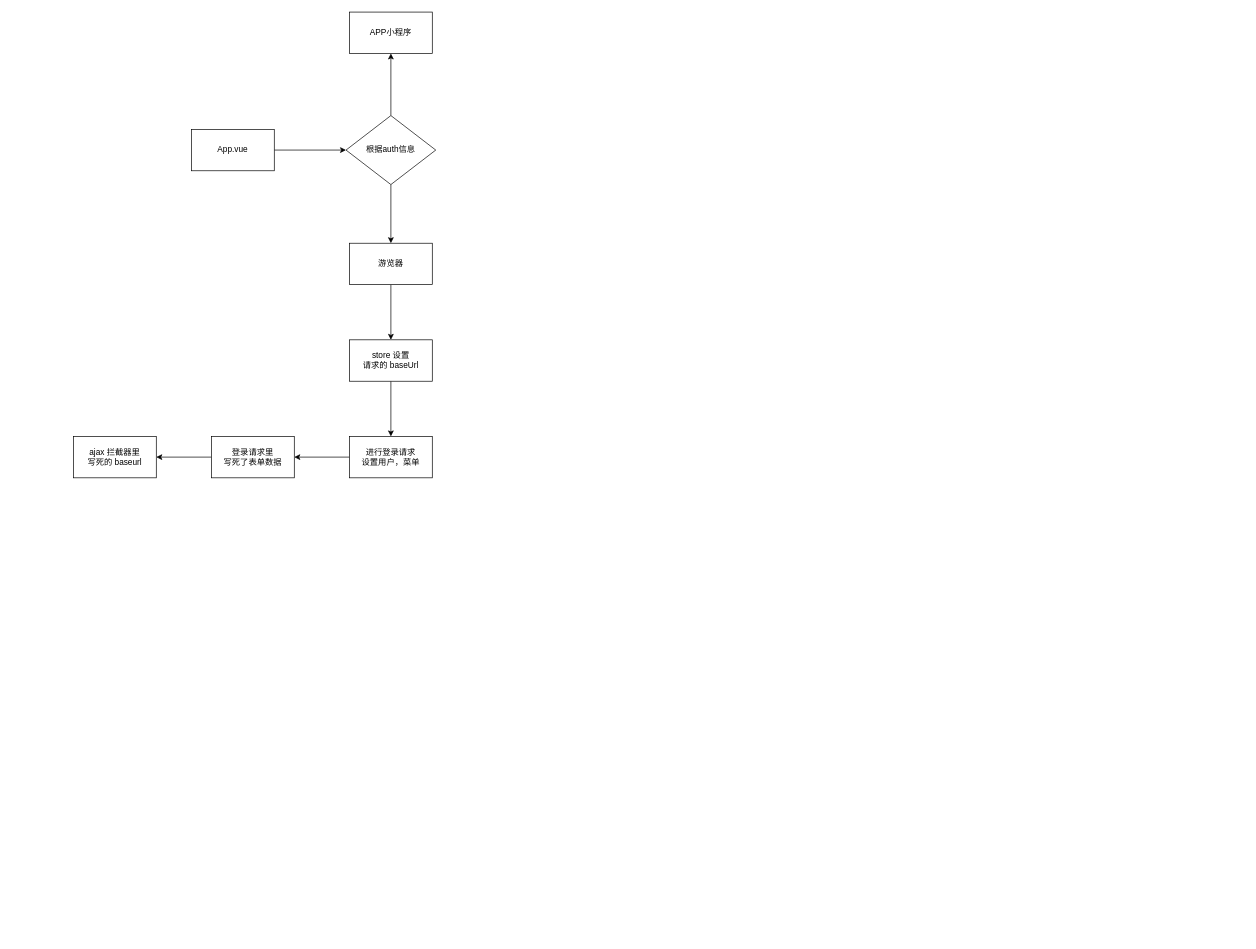
The draw.io diagram uniapp.drawio in tangme/flowchart, before the edit. Source tidied: cells renumbered, new cells numbered last; positions are measured from the earlier drawing's top-left corner, leaving out a move shared by most shapes. Both pictures are drawn from the tidied source at 69%, with x=0, y=0 at pixel (73, 12).
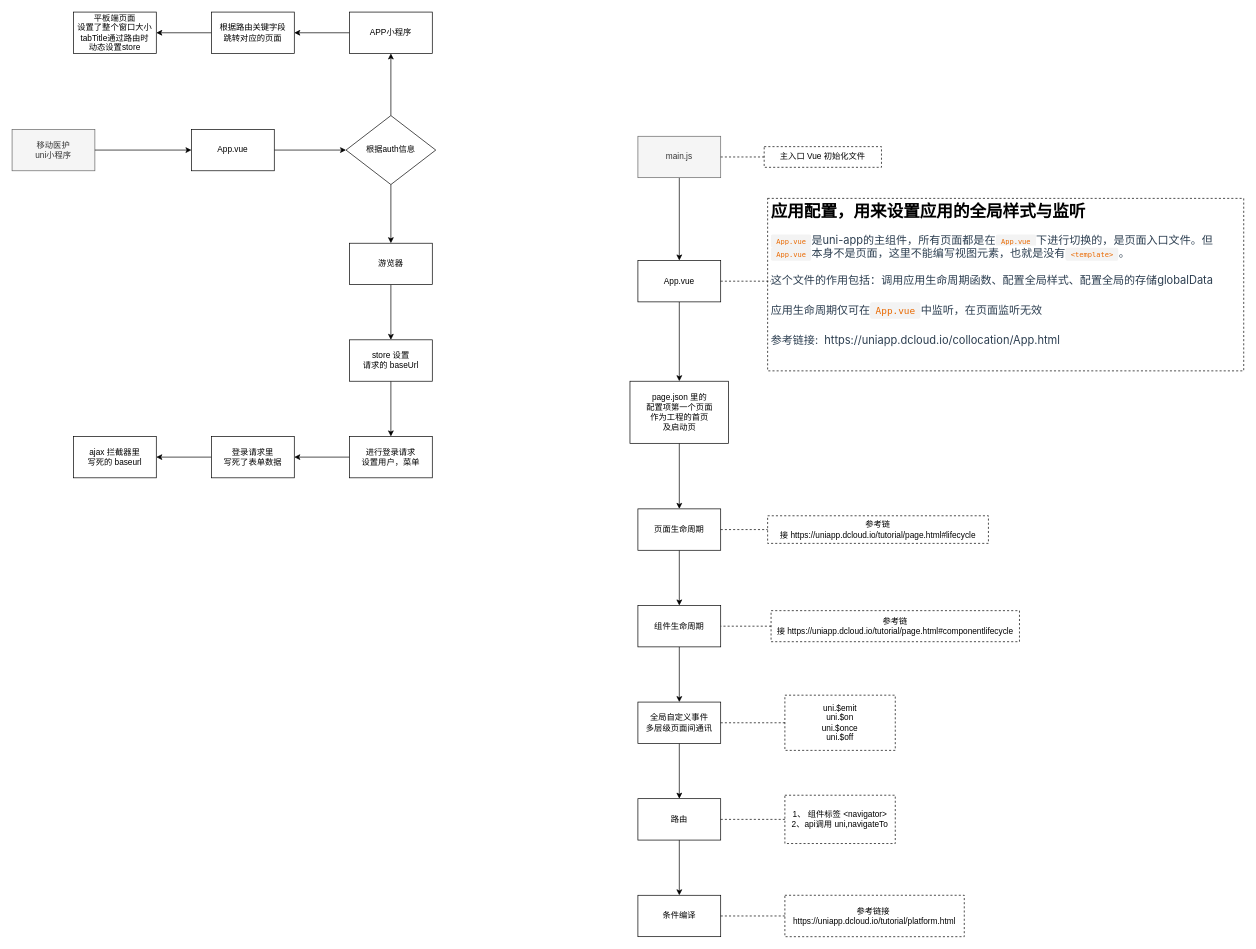
The same page after the edit.

The change refers to these unchanged cells:
```xml
<mxCell id="3" value="App.vue" style="rounded=0;whiteSpace=wrap;html=1;" parent="1" vertex="1">
  <mxGeometry x="171" y="170" width="120" height="60" as="geometry" />
</mxCell>
<mxCell id="7" value="APP小程序" style="whiteSpace=wrap;html=1;rounded=0;" parent="1" vertex="1">
  <mxGeometry x="400" width="120" height="60" as="geometry" />
</mxCell>
```

Change to the diagram source:
```diff
@@
+    <mxCell id="17" style="edgeStyle=orthogonalEdgeStyle;rounded=0;jettySize=auto;html=1;" parent="1" edge="1" source="7" target="50">
+      <mxGeometry relative="1" as="geometry" />
+    </mxCell>
@@
+    <mxCell id="18" style="edgeStyle=orthogonalEdgeStyle;rounded=0;jettySize=auto;html=1;" parent="1" edge="1" source="19" target="21">
+      <mxGeometry relative="1" as="geometry" />
+    </mxCell>
+    <mxCell id="19" value="main.js" style="rounded=0;whiteSpace=wrap;html=1;fillColor=#f5f5f5;fontColor=#333333;strokeColor=#666666;" parent="1" vertex="1">
+      <mxGeometry x="818" y="180" width="120" height="60" as="geometry" />
+    </mxCell>
+    <mxCell id="20" style="edgeStyle=orthogonalEdgeStyle;rounded=0;jettySize=auto;html=1;" parent="1" edge="1" source="21" target="25">
+      <mxGeometry relative="1" as="geometry" />
+    </mxCell>
+    <mxCell id="21" value="App.vue" style="rounded=0;whiteSpace=wrap;html=1;" parent="1" vertex="1">
+      <mxGeometry x="818" y="360" width="120" height="60" as="geometry" />
+    </mxCell>
+    <mxCell id="22" value="主入口 Vue 初始化文件" style="text;html=1;strokeColor=default;fillColor=none;align=center;verticalAlign=middle;whiteSpace=wrap;rounded=0;dashed=1;" parent="1" vertex="1">
+      <mxGeometry x="1001" y="195" width="170" height="30" as="geometry" />
+    </mxCell>
+    <mxCell id="23" value="&lt;h1&gt;应用配置，用来设置应用的全局样式与监听&lt;/h1&gt;&lt;p&gt;&lt;code style=&quot;font-family: source-code-pro, Menlo, Monaco, Consolas, &amp;quot;Courier New&amp;quot;, monospace; color: rgb(233, 105, 0); padding: 0.25rem 0.5rem; margin: 0px; font-size: 0.85em; background-color: rgba(27, 31, 35, 0.05); border-radius: 3px;&quot;&gt;App.vue&lt;/code&gt;&lt;span style=&quot;background-color: rgb(255, 255, 255); color: rgb(44, 62, 80); font-family: -apple-system, BlinkMacSystemFont, &amp;quot;Segoe UI&amp;quot;, Roboto, Oxygen, Ubuntu, Cantarell, &amp;quot;Fira Sans&amp;quot;, &amp;quot;Droid Sans&amp;quot;, &amp;quot;Helvetica Neue&amp;quot;, sans-serif; font-size: 16px;&quot;&gt;是uni-app的主组件，所有页面都是在&lt;/span&gt;&lt;code style=&quot;font-family: source-code-pro, Menlo, Monaco, Consolas, &amp;quot;Courier New&amp;quot;, monospace; color: rgb(233, 105, 0); padding: 0.25rem 0.5rem; margin: 0px; font-size: 0.85em; background-color: rgba(27, 31, 35, 0.05); border-radius: 3px;&quot;&gt;App.vue&lt;/code&gt;&lt;span style=&quot;background-color: rgb(255, 255, 255); color: rgb(44, 62, 80); font-family: -apple-system, BlinkMacSystemFont, &amp;quot;Segoe UI&amp;quot;, Roboto, Oxygen, Ubuntu, Cantarell, &amp;quot;Fira Sans&amp;quot;, &amp;quot;Droid Sans&amp;quot;, &amp;quot;Helvetica Neue&amp;quot;, sans-serif; font-size: 16px;&quot;&gt;下进行切换的，是页面入口文件。但&lt;/span&gt;&lt;code style=&quot;font-family: source-code-pro, Menlo, Monaco, Consolas, &amp;quot;Courier New&amp;quot;, monospace; color: rgb(233, 105, 0); padding: 0.25rem 0.5rem; margin: 0px; font-size: 0.85em; background-color: rgba(27, 31, 35, 0.05); border-radius: 3px;&quot;&gt;App.vue&lt;/code&gt;&lt;span style=&quot;background-color: rgb(255, 255, 255); color: rgb(44, 62, 80); font-family: -apple-system, BlinkMacSystemFont, &amp;quot;Segoe UI&amp;quot;, Roboto, Oxygen, Ubuntu, Cantarell, &amp;quot;Fira Sans&amp;quot;, &amp;quot;Droid Sans&amp;quot;, &amp;quot;Helvetica Neue&amp;quot;, sans-serif; font-size: 16px;&quot;&gt;本身不是页面，这里不能编写视图元素，也就是没有&lt;/span&gt;&lt;code style=&quot;font-family: source-code-pro, Menlo, Monaco, Consolas, &amp;quot;Courier New&amp;quot;, monospace; color: rgb(233, 105, 0); padding: 0.25rem 0.5rem; margin: 0px; font-size: 0.85em; background-color: rgba(27, 31, 35, 0.05); border-radius: 3px;&quot;&gt;&amp;lt;template&amp;gt;&lt;/code&gt;&lt;span style=&quot;background-color: rgb(255, 255, 255); color: rgb(44, 62, 80); font-family: -apple-system, BlinkMacSystemFont, &amp;quot;Segoe UI&amp;quot;, Roboto, Oxygen, Ubuntu, Cantarell, &amp;quot;Fira Sans&amp;quot;, &amp;quot;Droid Sans&amp;quot;, &amp;quot;Helvetica Neue&amp;quot;, sans-serif; font-size: 16px;&quot;&gt;。&lt;/span&gt;&lt;/p&gt;&lt;p style=&quot;line-height: 1.7; color: rgb(44, 62, 80); font-family: -apple-system, BlinkMacSystemFont, &amp;quot;Segoe UI&amp;quot;, Roboto, Oxygen, Ubuntu, Cantarell, &amp;quot;Fira Sans&amp;quot;, &amp;quot;Droid Sans&amp;quot;, &amp;quot;Helvetica Neue&amp;quot;, sans-serif; font-size: 16px; background-color: rgb(255, 255, 255);&quot;&gt;这个文件的作用包括：调用应用生命周期函数、配置全局样式、配置全局的存储globalData&lt;/p&gt;&lt;p style=&quot;line-height: 1.7; color: rgb(44, 62, 80); font-family: -apple-system, BlinkMacSystemFont, &amp;quot;Segoe UI&amp;quot;, Roboto, Oxygen, Ubuntu, Cantarell, &amp;quot;Fira Sans&amp;quot;, &amp;quot;Droid Sans&amp;quot;, &amp;quot;Helvetica Neue&amp;quot;, sans-serif; font-size: 16px; background-color: rgb(255, 255, 255);&quot;&gt;应用生命周期仅可在&lt;code style=&quot;font-family: source-code-pro, Menlo, Monaco, Consolas, &amp;quot;Courier New&amp;quot;, monospace; color: rgb(233, 105, 0); padding: 0.25rem 0.5rem; margin: 0px; font-size: 0.85em; background-color: rgba(27, 31, 35, 0.05); border-radius: 3px;&quot;&gt;App.vue&lt;/code&gt;中监听，在页面监听无效&lt;/p&gt;&lt;p style=&quot;line-height: 1.7; color: rgb(44, 62, 80); font-family: -apple-system, BlinkMacSystemFont, &amp;quot;Segoe UI&amp;quot;, Roboto, Oxygen, Ubuntu, Cantarell, &amp;quot;Fira Sans&amp;quot;, &amp;quot;Droid Sans&amp;quot;, &amp;quot;Helvetica Neue&amp;quot;, sans-serif; font-size: 16px; background-color: rgb(255, 255, 255);&quot;&gt;参考链接:&amp;nbsp;&amp;nbsp;https://uniapp.dcloud.io/collocation/App.html&lt;/p&gt;" style="text;html=1;strokeColor=default;fillColor=none;spacing=5;spacingTop=-20;whiteSpace=wrap;overflow=hidden;rounded=0;dashed=1;" parent="1" vertex="1">
+      <mxGeometry x="1006" y="270" width="690" height="250" as="geometry" />
+    </mxCell>
+    <mxCell id="24" style="edgeStyle=orthogonalEdgeStyle;rounded=0;jettySize=auto;html=1;" parent="1" edge="1" source="25" target="29">
+      <mxGeometry relative="1" as="geometry" />
+    </mxCell>
+    <mxCell id="25" value="page.json 里的&lt;br&gt;配置项第一个页面&lt;br&gt;作为工程的首页&lt;br&gt;及启动页&lt;br&gt;" style="rounded=0;whiteSpace=wrap;html=1;" parent="1" vertex="1">
+      <mxGeometry x="806.5" y="535" width="143" height="90" as="geometry" />
+    </mxCell>
+    <mxCell id="26" style="endArrow=none;dashed=1;html=1;rounded=0;exitX=1;exitY=0.5;exitDx=0;exitDy=0;" parent="1" edge="1" source="19" target="22">
+      <mxGeometry relative="1" as="geometry" />
+    </mxCell>
+    <mxCell id="27" style="endArrow=none;dashed=1;html=1;rounded=0;exitX=1;exitY=0.5;exitDx=0;exitDy=0;" parent="1" edge="1" source="21">
+      <mxGeometry relative="1" as="geometry">
+        <mxPoint x="1011" y="390" as="targetPoint" />
+      </mxGeometry>
+    </mxCell>
+    <mxCell id="28" style="edgeStyle=orthogonalEdgeStyle;rounded=0;jettySize=auto;html=1;" parent="1" edge="1" source="29" target="31">
+      <mxGeometry relative="1" as="geometry" />
+    </mxCell>
+    <mxCell id="29" value="页面生命周期" style="whiteSpace=wrap;html=1;rounded=0;" parent="1" vertex="1">
+      <mxGeometry x="818" y="720" width="120" height="60" as="geometry" />
+    </mxCell>
+    <mxCell id="30" style="edgeStyle=orthogonalEdgeStyle;rounded=0;jettySize=auto;html=1;" parent="1" edge="1" source="31" target="33">
+      <mxGeometry relative="1" as="geometry" />
+    </mxCell>
+    <mxCell id="31" value="组件生命周期" style="whiteSpace=wrap;html=1;rounded=0;" parent="1" vertex="1">
+      <mxGeometry x="818" y="860" width="120" height="60" as="geometry" />
+    </mxCell>
+    <mxCell id="32" style="edgeStyle=orthogonalEdgeStyle;rounded=0;jettySize=auto;html=1;" parent="1" edge="1" source="33" target="37">
+      <mxGeometry relative="1" as="geometry" />
+    </mxCell>
+    <mxCell id="33" value="全局自定义事件&lt;br&gt;多层级页面间通讯" style="whiteSpace=wrap;html=1;rounded=0;" parent="1" vertex="1">
+      <mxGeometry x="818" y="1000" width="120" height="60" as="geometry" />
+    </mxCell>
+    <mxCell id="34" value="uni.$emit&lt;br&gt;uni.$on&lt;br&gt;uni.$once&lt;br&gt;uni.$off" style="text;html=1;strokeColor=default;fillColor=none;align=center;verticalAlign=middle;whiteSpace=wrap;rounded=0;dashed=1;" parent="1" vertex="1">
+      <mxGeometry x="1031" y="990" width="160" height="80" as="geometry" />
+    </mxCell>
+    <mxCell id="35" style="endArrow=none;dashed=1;html=1;rounded=0;exitX=1;exitY=0.5;exitDx=0;exitDy=0;" parent="1" edge="1" source="33" target="34">
+      <mxGeometry relative="1" as="geometry" />
+    </mxCell>
+    <mxCell id="36" style="edgeStyle=orthogonalEdgeStyle;rounded=0;jettySize=auto;html=1;" parent="1" edge="1" source="37" target="40">
+      <mxGeometry relative="1" as="geometry" />
+    </mxCell>
+    <mxCell id="37" value="路由" style="whiteSpace=wrap;html=1;rounded=0;" parent="1" vertex="1">
+      <mxGeometry x="818" y="1140" width="120" height="60" as="geometry" />
+    </mxCell>
+    <mxCell id="38" value="1、 组件标签 &amp;lt;navigator&amp;gt;&lt;br&gt;2、api调用 uni,navigateTo" style="text;html=1;strokeColor=default;fillColor=none;align=center;verticalAlign=middle;whiteSpace=wrap;rounded=0;dashed=1;" parent="1" vertex="1">
+      <mxGeometry x="1031" y="1135" width="160" height="70" as="geometry" />
+    </mxCell>
+    <mxCell id="39" style="endArrow=none;dashed=1;html=1;rounded=0;exitX=1;exitY=0.5;exitDx=0;exitDy=0;entryX=0;entryY=0.5;entryDx=0;entryDy=0;" parent="1" edge="1" source="37" target="38">
+      <mxGeometry relative="1" as="geometry" />
+    </mxCell>
+    <mxCell id="40" value="条件编译" style="whiteSpace=wrap;html=1;rounded=0;" parent="1" vertex="1">
+      <mxGeometry x="818" y="1280" width="120" height="60" as="geometry" />
+    </mxCell>
+    <mxCell id="41" value="参考链接&amp;nbsp;&lt;br&gt;https://uniapp.dcloud.io/tutorial/platform.html" style="text;html=1;strokeColor=default;fillColor=none;align=center;verticalAlign=middle;whiteSpace=wrap;rounded=0;dashed=1;" parent="1" vertex="1">
+      <mxGeometry x="1031" y="1280" width="260" height="60" as="geometry" />
+    </mxCell>
+    <mxCell id="42" style="endArrow=none;dashed=1;html=1;rounded=0;exitX=1;exitY=0.5;exitDx=0;exitDy=0;entryX=0;entryY=0.5;entryDx=0;entryDy=0;" parent="1" edge="1" source="40" target="41">
+      <mxGeometry relative="1" as="geometry" />
+    </mxCell>
+    <mxCell id="43" value="参考链接&amp;nbsp;https://uniapp.dcloud.io/tutorial/page.html#lifecycle" style="text;html=1;strokeColor=default;fillColor=none;align=center;verticalAlign=middle;whiteSpace=wrap;rounded=0;dashed=1;" parent="1" vertex="1">
+      <mxGeometry x="1006" y="730" width="320" height="40" as="geometry" />
+    </mxCell>
+    <mxCell id="44" value="参考链接&amp;nbsp;https://uniapp.dcloud.io/tutorial/page.html#componentlifecycle" style="text;html=1;strokeColor=default;fillColor=none;align=center;verticalAlign=middle;whiteSpace=wrap;rounded=0;dashed=1;" parent="1" vertex="1">
+      <mxGeometry x="1011" y="867.5" width="360" height="45" as="geometry" />
+    </mxCell>
+    <mxCell id="45" style="endArrow=none;dashed=1;html=1;rounded=0;exitX=1;exitY=0.5;exitDx=0;exitDy=0;entryX=0;entryY=0.5;entryDx=0;entryDy=0;" parent="1" edge="1" source="29" target="43">
+      <mxGeometry relative="1" as="geometry" />
+    </mxCell>
+    <mxCell id="46" style="endArrow=none;dashed=1;html=1;rounded=0;entryX=1;entryY=0.5;entryDx=0;entryDy=0;exitX=0;exitY=0.5;exitDx=0;exitDy=0;" parent="1" edge="1" source="44" target="31">
+      <mxGeometry relative="1" as="geometry" />
+    </mxCell>
+    <mxCell id="47" value="移动医护&lt;br&gt;uni小程序" style="rounded=0;whiteSpace=wrap;html=1;strokeColor=#666666;fillColor=#f5f5f5;fontColor=#333333;" parent="1" vertex="1">
+      <mxGeometry x="-89" y="170" width="120" height="60" as="geometry" />
+    </mxCell>
+    <mxCell id="48" style="endArrow=classic;html=1;rounded=0;exitX=1;exitY=0.5;exitDx=0;exitDy=0;entryX=0;entryY=0.5;entryDx=0;entryDy=0;" parent="1" edge="1" source="47" target="3">
+      <mxGeometry relative="1" as="geometry" />
+    </mxCell>
+    <mxCell id="49" style="edgeStyle=orthogonalEdgeStyle;rounded=0;jettySize=auto;html=1;" parent="1" edge="1" source="50" target="51">
+      <mxGeometry relative="1" as="geometry" />
+    </mxCell>
+    <mxCell id="50" value="根据路由关键字段&lt;br&gt;跳转对应的页面" style="whiteSpace=wrap;html=1;rounded=0;" parent="1" vertex="1">
+      <mxGeometry x="200" width="120" height="60" as="geometry" />
+    </mxCell>
+    <mxCell id="51" value="平板端页面&lt;br&gt;设置了整个窗口大小&lt;br&gt;tabTitle通过路由时&lt;br&gt;动态设置store" style="whiteSpace=wrap;html=1;rounded=0;" parent="1" vertex="1">
+      <mxGeometry width="120" height="60" as="geometry" />
+    </mxCell>
```
